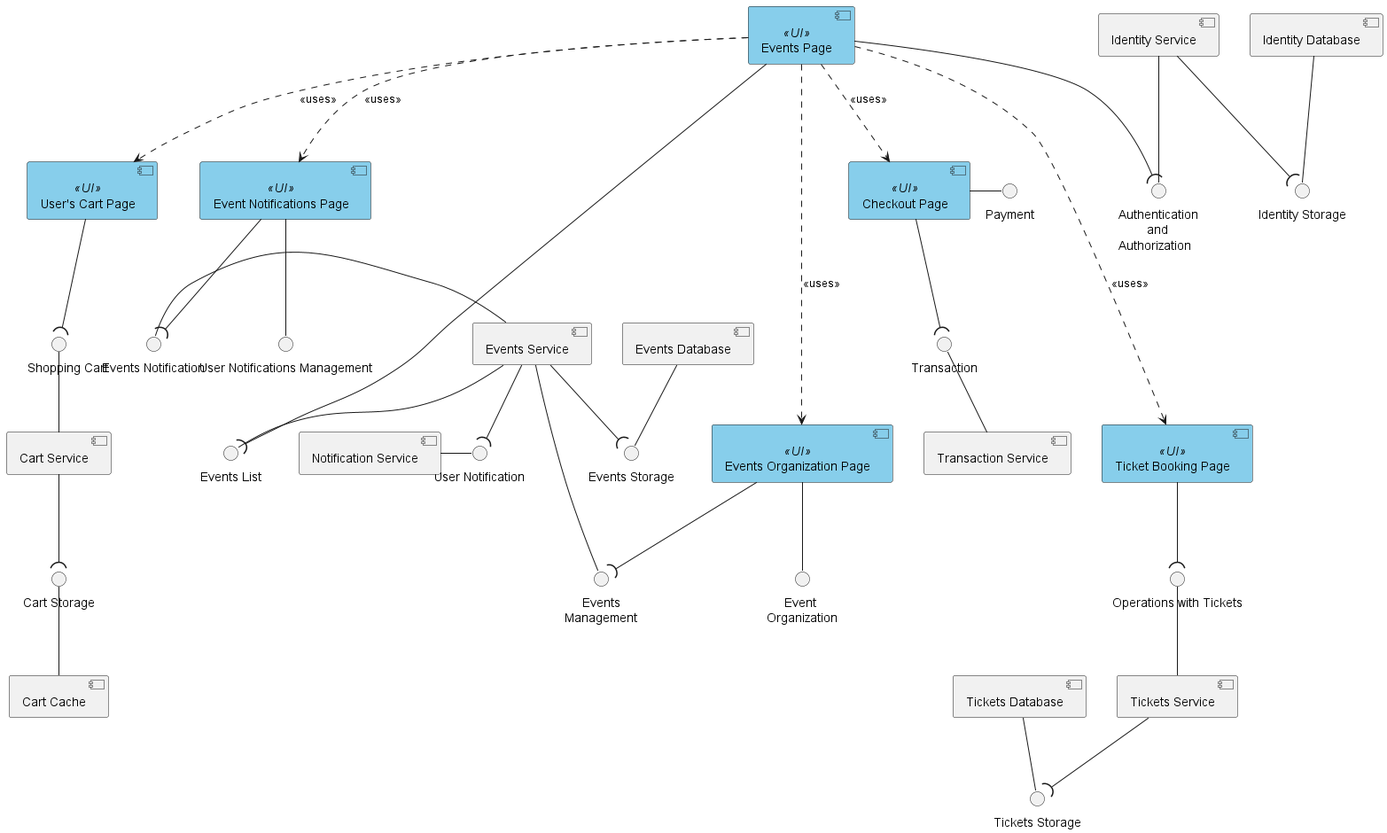
This is diagrams/component-diagram.png from vadzim-kurdzesau/ticketing-domain, a PlantUML export, as it was before one commit.
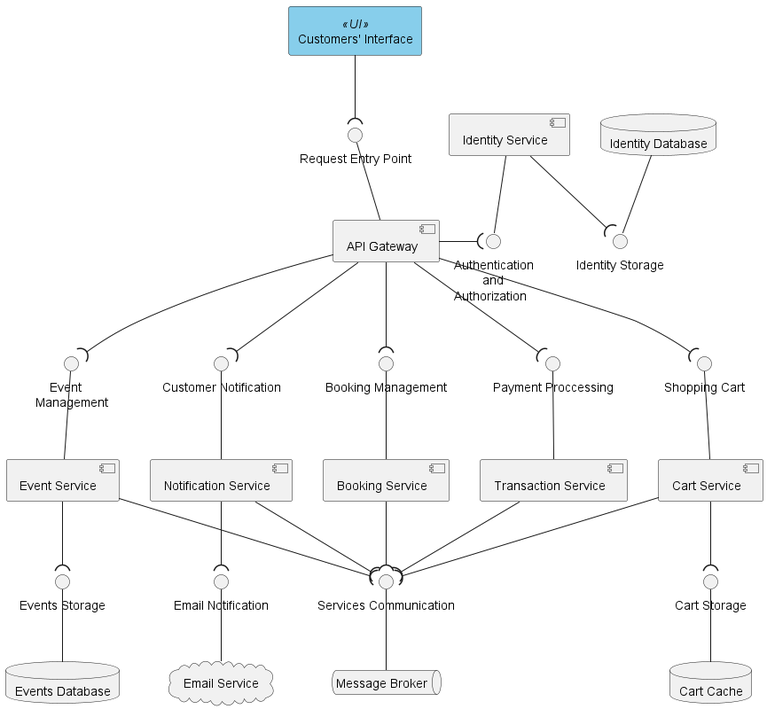
Above is the later version.

Commit message:
feat: complete all diagrams

Diff of the diagram source:
```diff
@@ -1,66 +1,65 @@
 @startuml "component-diagram"
 
-[Events Page] <<UI>> #SkyBlue
-[Events Page] .down.> [Checkout Page] : <<uses>>
-[Events Page] ..down..> [Events Organization Page] : <<uses>>
-[Events Page] .down.> [User's Cart Page] : <<uses>>
-[Events Page] .down.> [Event Notifications Page] : <<uses>>
-[Events Page] ..down..> [Ticket Booking Page] : <<uses>>
+!define webPage rectangle #SkyBlue
+!define externalSystem cloud
 
-[Checkout Page] <<UI>> #SkyBlue
-[Checkout Page] - Payment
-[Checkout Page] -down-( Transaction
-[Transaction Service] -up- Transaction
+webPage "Customers' Interface" <<UI>> as Customer_UI
+interface "Request Entry Point" as I_EntryPoint
+
+Customer_UI --( I_EntryPoint
+[API Gateway] as Gateway
+Gateway -up- I_EntryPoint
 
 interface "Authentication\n        and \nAuthorization" as I_Identity
-[Events Page] --( I_Identity
+interface "Customer Notification" as I_Notifications
+interface "Booking Management" as I_Booking_Management
+interface "    Event\nManagement" as I_Event_Management
+interface "Shopping Cart" as I_Shopping_Cart
+interface "Payment Proccessing" as I_Payment_Proccessing
+
+Gateway -right-( I_Identity
+Gateway -down-( I_Notifications
+Gateway -down-( I_Booking_Management
+Gateway -down-( I_Event_Management
+Gateway -down-( I_Shopping_Cart
+Gateway -down-( I_Payment_Proccessing
+
 [Identity Service] -- I_Identity
 interface "Identity Storage" as I_Identity_Storage
+database "Identity Database" as IdentityDb
+IdentityDb -- I_Identity_Storage
 [Identity Service] --( I_Identity_Storage
-[Identity Database] -- I_Identity_Storage
 
-interface "     Event\nOrganization" as I_Events_Organization
-[Events Organization Page] <<UI>> #SkyBlue
-[Events Organization Page] -- I_Events_Organization
+[Event Service] -up- I_Event_Management
+interface "Events Storage" as I_Events_Storage
+[Event Service] --( I_Events_Storage
+database "Events Database" as eventsDb
+eventsDb -up- I_Events_Storage
 
-interface "     Events\nManagement" as I_Events_Management
-[Events Service] -- I_Events_Management
-[Events Organization Page] --( I_Events_Management
+[Booking Service] -up- I_Booking_Management
 
-interface "Events List" as I_Events_List
-[Events Page] --( I_Events_List
-[Events Service] -- I_Events_List
+[Notification Service] -up- I_Notifications
+interface "Email Notification" as I_Email_Service
+[Notification Service] --( I_Email_Service
+externalSystem "Email Service" as email
+email -up- I_Email_Service
 
-interface "Events Storage" as I_Events_Storage
-[Events Service] --( I_Events_Storage
-[Events Database] -- I_Events_Storage
-
-interface "     Shopping Cart" as I_Shopping_Cart
-[User's Cart Page] <<UI>> #SkyBlue
-[User's Cart Page] -down-( I_Shopping_Cart
 [Cart Service] -up- I_Shopping_Cart
-
 interface "Cart Storage" as I_Cart_Storage
 [Cart Service] -down-( I_Cart_Storage
-[Cart Cache] -up- I_Cart_Storage
+database "Cart Cache" as CartDb
+CartDb -up- I_Cart_Storage
 
-interface "User Notifications Management" as I_Notifications_Management
-[Event Notifications Page] -- I_Notifications_Management
-interface "Events Notification" as I_Events_Notification
-[Event Notifications Page] <<UI>> #SkyBlue
-[Event Notifications Page] -down-( I_Events_Notification
-[Events Service] - I_Events_Notification
+[Transaction Service] -up- I_Payment_Proccessing
 
-interface "User Notification" as I_User_Notification
-[Notification Service] - I_User_Notification
-[Events Service] --( I_User_Notification
+interface "Services Communication" as I_Bus_Service
+queue "Message Broker" as messageBroker
+messageBroker -up- I_Bus_Service
 
-interface "Operations with Tickets" as I_Tickets_Operations
-[Ticket Booking Page] <<UI>> #SkyBlue
-[Tickets Service] -up- I_Tickets_Operations
-[Ticket Booking Page] -down-( I_Tickets_Operations
-interface "Tickets Storage" as I_Tickets_Storage
-[Tickets Service] --( I_Tickets_Storage
-[Tickets Database] -- I_Tickets_Storage
+[Transaction Service] -down-( I_Bus_Service
+[Notification Service] -down-( I_Bus_Service
+[Booking Service] -down-( I_Bus_Service
+[Event Service] -down-( I_Bus_Service
+[Cart Service] -down-( I_Bus_Service
 
 @enduml
```
